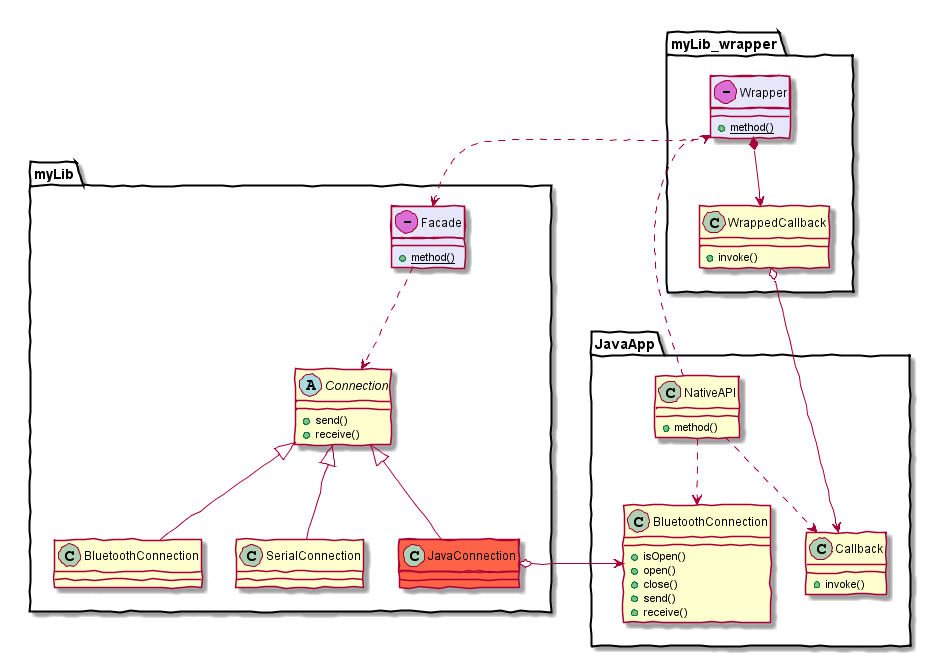
This is cpp/img/bluetooth-cpp-android/invoke-callback-class-diagram.png from gzuliani/gzuliani.github.io, a PlantUML export, as it was before one commit.
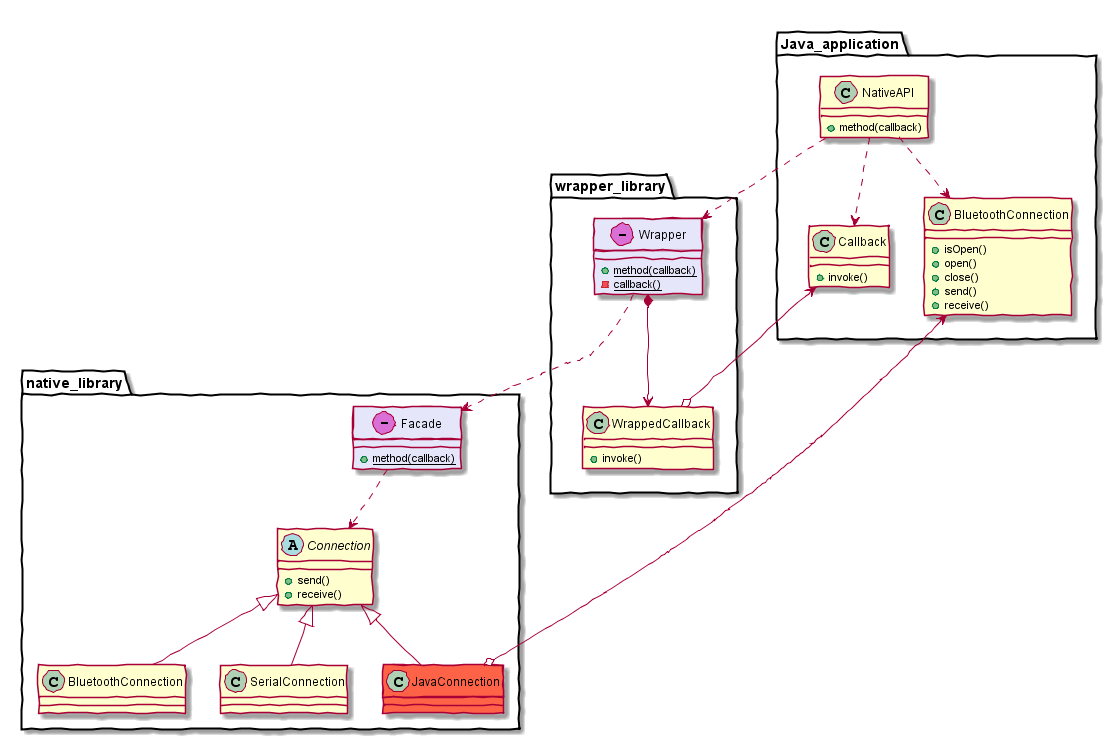
Later version of the same file.

Change to the diagram source:
```diff
@@ -2,10 +2,30 @@
 
 skinparam handwritten true
 
-namespace myLib_wrapper {
+namespace Java_application {
+
+class NativeAPI {
+  +method(callback)
+}
+class Callback {
+  +invoke()
+}
+class BluetoothConnection {
+  +isOpen()
+  +open()
+  +close()
+  +send()
+  +receive()
+}
+NativeAPI ..> Callback
+NativeAPI ..> BluetoothConnection
+}
+
+namespace wrapper_library {
 
 class Wrapper << (-,orchid) >> #lavender {
-  {static} +method()
+  {static} +method(callback)
+  {static} -callback()
 }
 
 class WrappedCallback {
@@ -15,10 +35,10 @@
 Wrapper *--> WrappedCallback
 }
 
-namespace myLib {
+namespace native_library {
 
 class Facade << (-,orchid) >> #lavender {
-  {static} +method()
+  {static} +method(callback)
 }
 
 abstract class Connection {
@@ -35,31 +55,12 @@
 Facade ..> Connection
 }
 
-namespace JavaApp {
+native_library.JavaConnection o--> Java_application.BluetoothConnection
+wrapper_library.Wrapper ..> native_library.Facade
+wrapper_library.WrappedCallback o--> Java_application.Callback
+Java_application.NativeAPI ..> wrapper_library.Wrapper
 
-class NativeAPI {
-  +method()
-}
-class Callback {
-  +invoke()
-}
-class BluetoothConnection {
-  +isOpen()
-  +open()
-  +close()
-  +send()
-  +receive()
-}
-NativeAPI ..> Callback
-NativeAPI ..> BluetoothConnection
-}
-
-myLib.JavaConnection o--> JavaApp.BluetoothConnection
-myLib_wrapper.Wrapper ..> myLib.Facade
-myLib_wrapper.WrappedCallback o--> JavaApp.Callback
-JavaApp.NativeAPI ..> myLib_wrapper.Wrapper
-
-myLib_wrapper -[hidden]-> myLib
-myLib -[hidden]-> JavaApp
+Java_application -[hidden]-> wrapper_library
+Java_application -[hidden]-> wrapper_library
 
 @enduml
```
